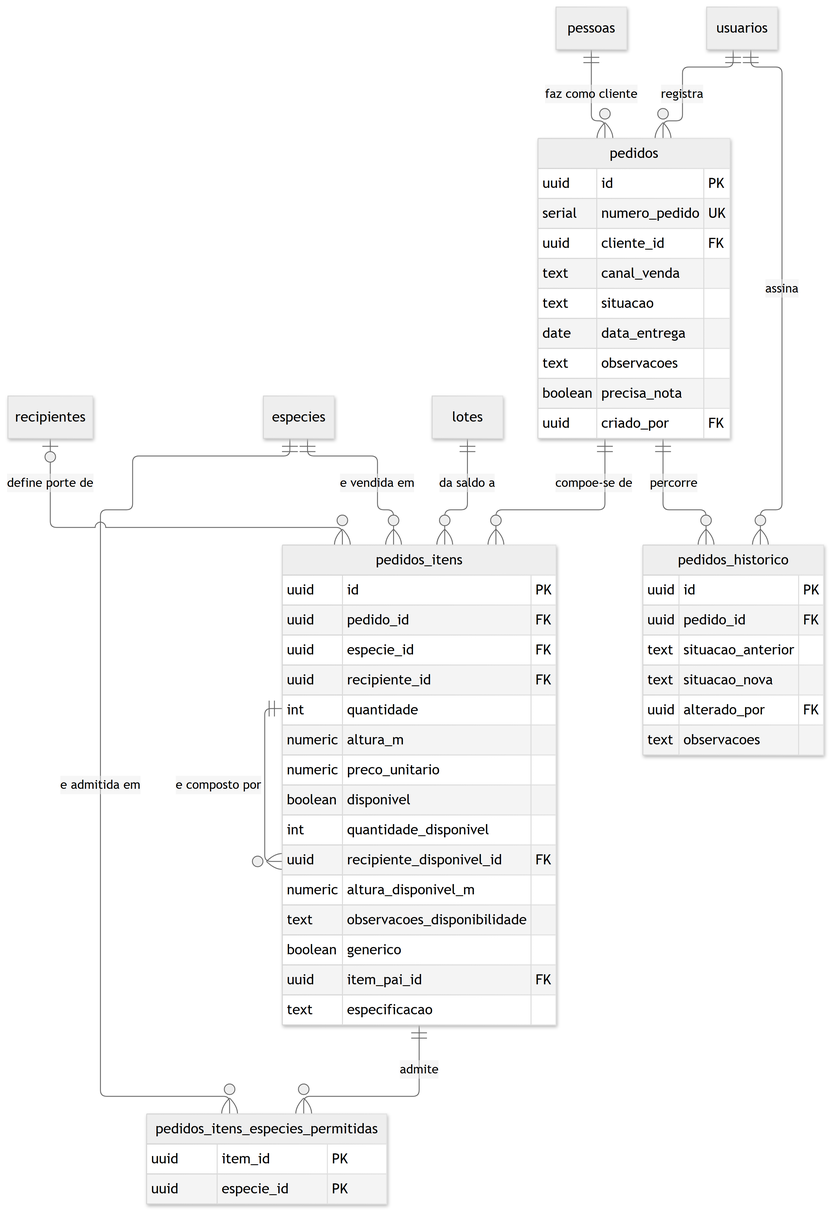
Before: docs/engenharia/modelo-dados-pt/img/fig17-comercial-pedido.png, a diagram exported from Mermaid (JoaoMudar/tcc). Its source is kept beside it as docs/engenharia/modelo-dados-pt/mmd/fig17-comercial-pedido.mmd.
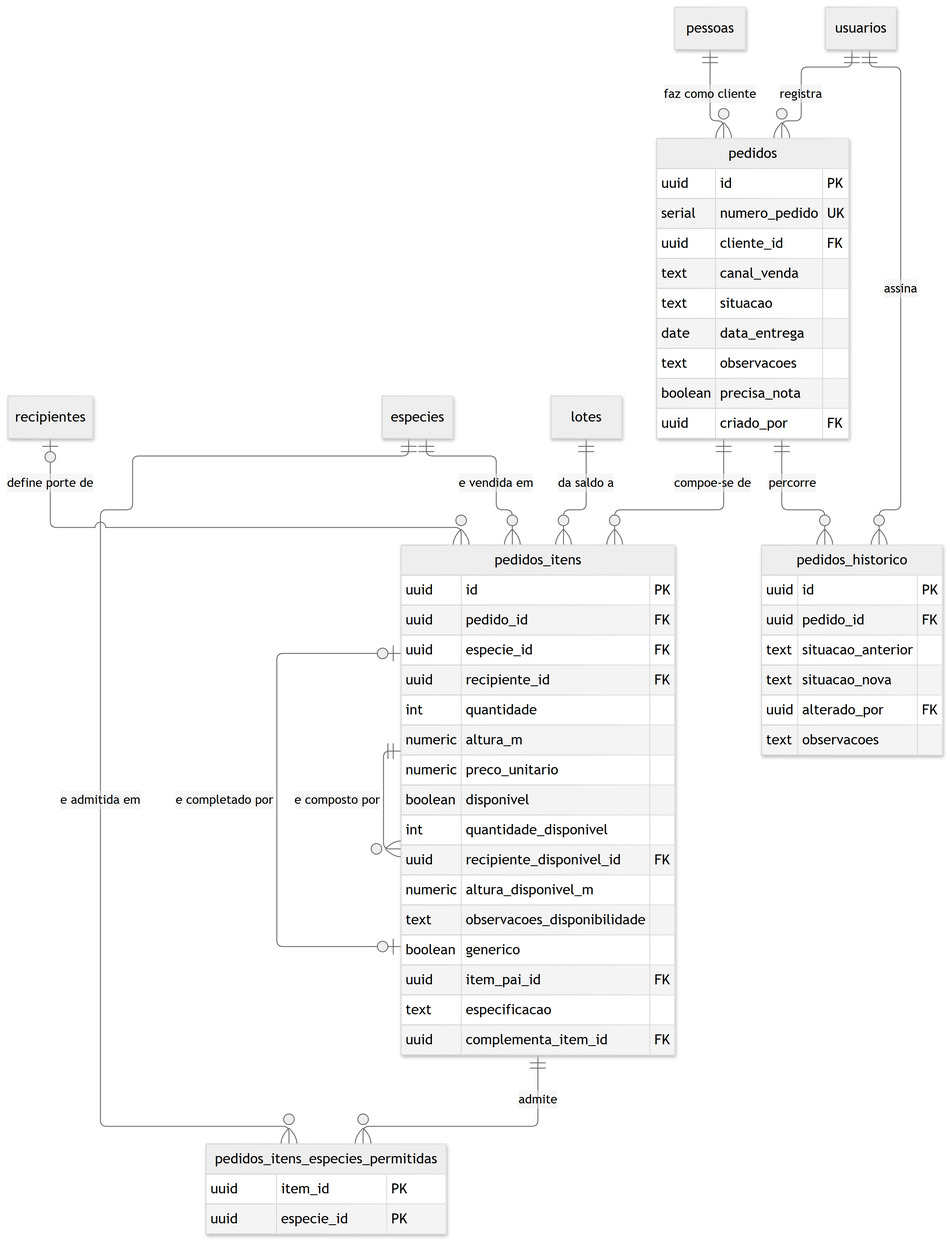
After the commit.

Diff of the diagram source:
```diff
@@ -26,6 +26,7 @@
     boolean generico
     uuid    item_pai_id FK
     text    especificacao
+    uuid    complementa_item_id FK
   }
   pedidos_historico {
     uuid id PK
@@ -54,5 +55,6 @@
   pedidos ||--o{ pedidos_historico : "percorre"
   usuarios ||--o{ pedidos_historico : "assina"
   pedidos_itens ||--o{ pedidos_itens : "e composto por"
+  pedidos_itens |o--o| pedidos_itens : "e completado por"
   pedidos_itens ||--o{ pedidos_itens_especies_permitidas : "admite"
   especies ||--o{ pedidos_itens_especies_permitidas : "e admitida em"
```
